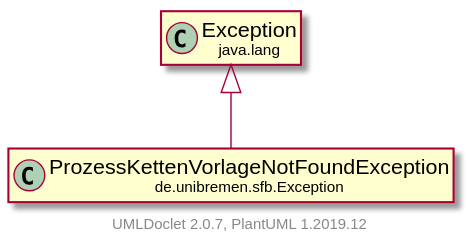
Above: doc/UML/modulsichtSVG/ProzessKettenVorlageNotFoundException.svg in fkehlenb/softwareprojekt-2 (PlantUML), before the change.
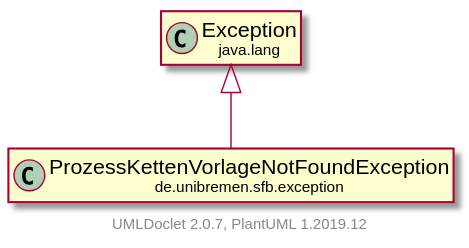
The same diagram one commit later.

The edit, as a diff of the source:
```diff
@@ -3,11 +3,11 @@
     hide empty fields
     hide empty methods
 
-    class "<size:14>ProzessKettenVorlageNotFoundException\n<size:10>de.unibremen.sfb.Exception" as de.unibremen.sfb.Exception.ProzessKettenVorlageNotFoundException [[ProzessKettenVorlageNotFoundException.html]]
+    class "<size:14>ProzessKettenVorlageNotFoundException\n<size:10>de.unibremen.sfb.exception" as de.unibremen.sfb.exception.ProzessKettenVorlageNotFoundException [[ProzessKettenVorlageNotFoundException.html]]
 
-    class "<size:14>Exception\n<size:10>java.lang" as java.lang.Exception [[https://docs.oracle.com/en/java/javase/11/docs/api/java.base/java/lang/Exception.html?is-external=true]]
+    class "<size:14>exception\n<size:10>java.lang" as java.lang.exception [[https://docs.oracle.com/en/java/javase/11/docs/api/java.base/java/lang/Exception.html?is-external=true]]
 
-    java.lang.Exception <|-- de.unibremen.sfb.Exception.ProzessKettenVorlageNotFoundException
+    java.lang.exception <|-- de.unibremen.sfb.exception.ProzessKettenVorlageNotFoundException
 
     center footer UMLDoclet 2.0.7, PlantUML 1.2019.12
 @enduml
```
